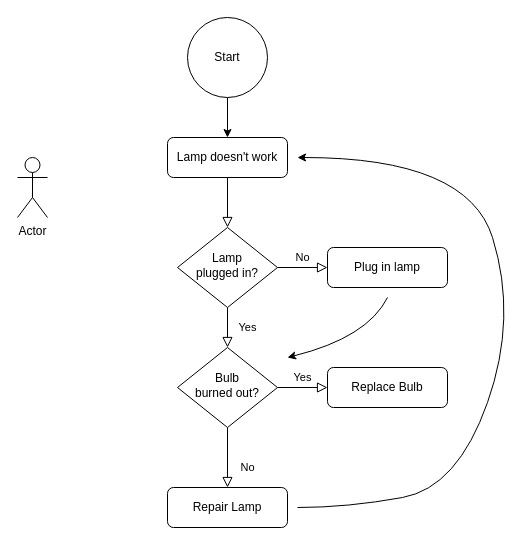
The draw.io diagram Unavngivet diagram.drawio in Magnus-H24HX3/Rutediagram, before the edit. Source tidied: cells renumbered, new cells numbered last; positions are measured from the earlier drawing's top-left corner, leaving out a move shared by most shapes. Both pictures are drawn from the tidied source at 100%, with x=0, y=0 at pixel (17, 17).
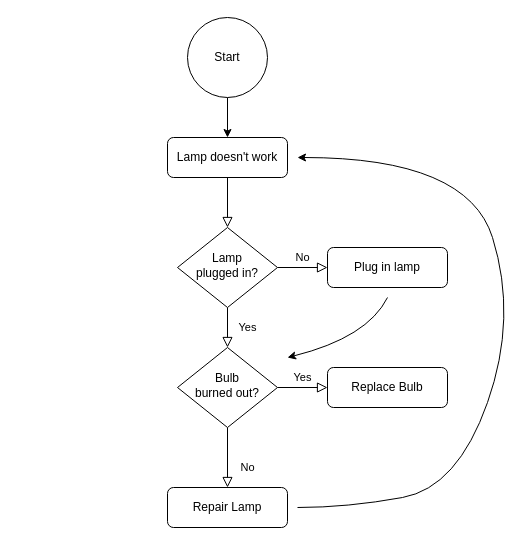
The same diagram, later.

Change to the diagram source:
```diff
@@
-    <mxCell id="17" value="Actor" style="shape=umlActor;verticalLabelPosition=bottom;verticalAlign=top;html=1;" parent="1" vertex="1">
-      <mxGeometry y="140" width="30" height="60" as="geometry" />
-    </mxCell>
```
